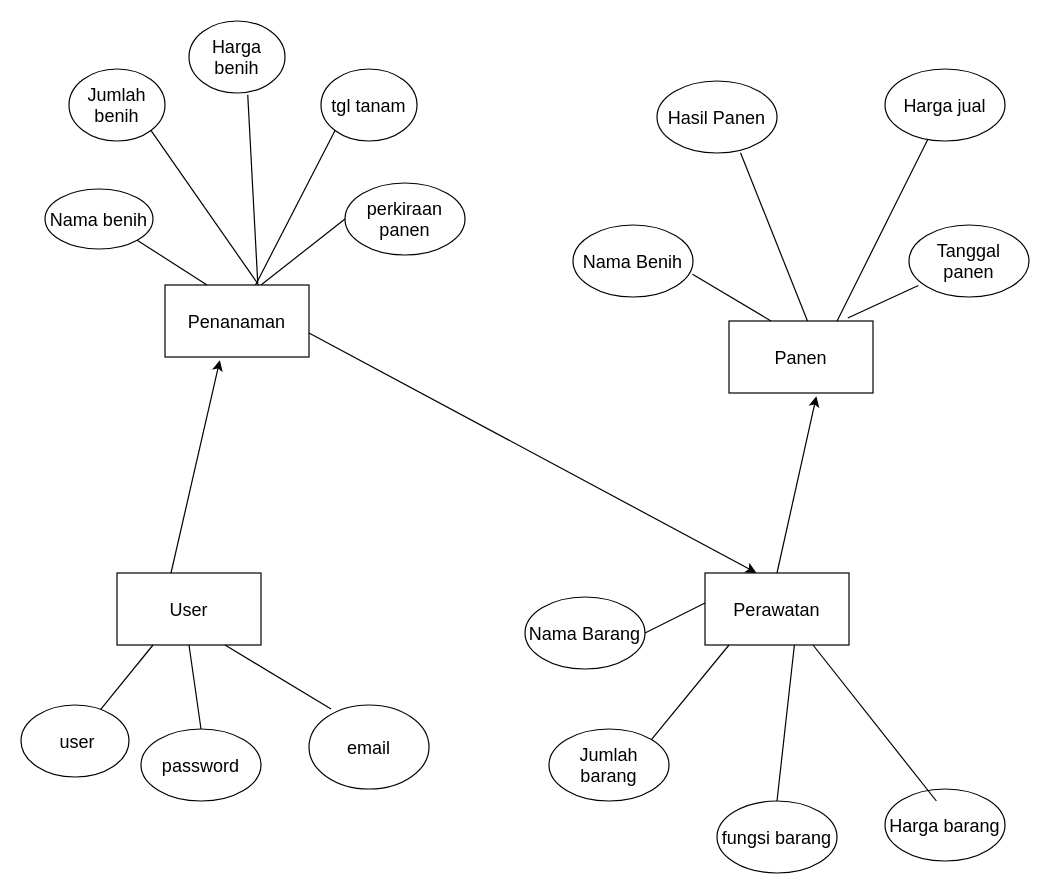
The draw.io diagram pertemuan 2/pertemuan 2.drawio in ramabhagadhara/IF214002, before the edit. Source tidied: cells renumbered, new cells numbered last; positions are measured from the earlier drawing's top-left corner, leaving out a move shared by most shapes. Both pictures are drawn from the tidied source at 120%, with x=0, y=0 at pixel (20, 20).
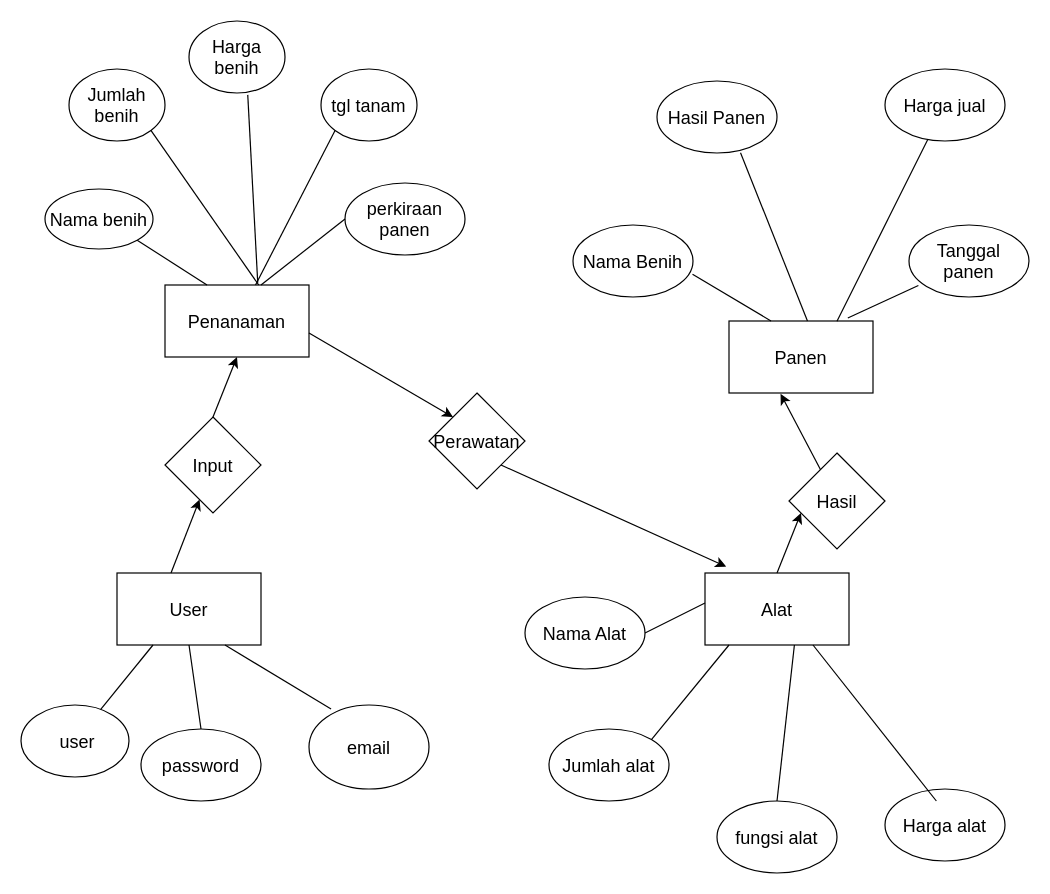
Above is the later version.

The change refers to these unchanged cells:
```xml
<mxCell id="3" value="Penanaman" style="rounded=0;whiteSpace=wrap;html=1;fontSize=15;" parent="1" vertex="1">
  <mxGeometry x="120" y="220" width="120" height="60" as="geometry" />
</mxCell>
<mxCell id="4" value="Panen" style="rounded=0;whiteSpace=wrap;html=1;fontSize=15;" parent="1" vertex="1">
  <mxGeometry x="590" y="250" width="120" height="60" as="geometry" />
</mxCell>
```

The edit, as a diff of the source:
```diff
@@
-    <mxCell id="2" value="Perawatan" style="rounded=0;whiteSpace=wrap;html=1;fontSize=15;" parent="1" vertex="1">
+    <mxCell id="2" value="Alat" style="rounded=0;whiteSpace=wrap;html=1;fontSize=15;" parent="1" vertex="1">
       <mxGeometry x="570" y="460" width="120" height="60" as="geometry" />
     </mxCell>
@@
-    <mxCell id="20" value="fungsi barang" style="ellipse;whiteSpace=wrap;html=1;fontSize=15;" parent="1" vertex="1">
+    <mxCell id="20" value="fungsi alat" style="ellipse;whiteSpace=wrap;html=1;fontSize=15;" parent="1" vertex="1">
       <mxGeometry x="580" y="650" width="100" height="60" as="geometry" />
     </mxCell>
-    <mxCell id="21" value="Nama Barang" style="ellipse;whiteSpace=wrap;html=1;fontSize=15;" parent="1" vertex="1">
+    <mxCell id="21" value="Nama Alat" style="ellipse;whiteSpace=wrap;html=1;fontSize=15;" parent="1" vertex="1">
       <mxGeometry x="420" y="480" width="100" height="60" as="geometry" />
     </mxCell>
-    <mxCell id="22" value="Harga barang" style="ellipse;whiteSpace=wrap;html=1;fontSize=15;" parent="1" vertex="1">
+    <mxCell id="22" value="Harga alat" style="ellipse;whiteSpace=wrap;html=1;fontSize=15;" parent="1" vertex="1">
       <mxGeometry x="720" y="640" width="100" height="60" as="geometry" />
     </mxCell>
-    <mxCell id="23" value="Jumlah barang" style="ellipse;whiteSpace=wrap;html=1;fontSize=15;" parent="1" vertex="1">
+    <mxCell id="23" value="Jumlah alat" style="ellipse;whiteSpace=wrap;html=1;fontSize=15;" parent="1" vertex="1">
       <mxGeometry x="440" y="590" width="100" height="60" as="geometry" />
     </mxCell>
@@
-    <mxCell id="38" style="endArrow=classic;html=1;rounded=0;fontSize=15;entryX=0.381;entryY=1.045;entryDx=0;entryDy=0;entryPerimeter=0;" parent="1" edge="1" target="3">
+    <mxCell id="38" style="endArrow=classic;html=1;rounded=0;fontSize=15;" parent="1" edge="1" target="41">
       <mxGeometry relative="1" as="geometry">
         <mxPoint x="125" y="460" as="sourcePoint" />
       </mxGeometry>
     </mxCell>
-    <mxCell id="39" style="endArrow=classic;html=1;rounded=0;fontSize=15;entryX=0.357;entryY=-0.002;entryDx=0;entryDy=0;entryPerimeter=0;" parent="1" edge="1" target="2">
+    <mxCell id="39" style="endArrow=classic;html=1;rounded=0;fontSize=15;" parent="1" edge="1">
       <mxGeometry relative="1" as="geometry">
         <mxPoint x="240" y="260" as="sourcePoint" />
+        <mxPoint x="360" y="330" as="targetPoint" />
       </mxGeometry>
     </mxCell>
-    <mxCell id="40" style="endArrow=classic;html=1;rounded=0;fontSize=15;entryX=0.607;entryY=1.045;entryDx=0;entryDy=0;entryPerimeter=0;exitX=0.5;exitY=0;exitDx=0;exitDy=0;" parent="1" edge="1" source="2" target="4">
-      <mxGeometry relative="1" as="geometry" />
+    <mxCell id="40" style="endArrow=classic;html=1;rounded=0;fontSize=15;exitX=0.5;exitY=0;exitDx=0;exitDy=0;" parent="1" edge="1" source="2">
+      <mxGeometry relative="1" as="geometry">
+        <mxPoint x="650" y="410" as="targetPoint" />
+      </mxGeometry>
     </mxCell>
+    <mxCell id="41" value="Input" style="rhombus;whiteSpace=wrap;html=1;fontSize=15;" parent="1" vertex="1">
+      <mxGeometry x="120" y="330" width="80" height="80" as="geometry" />
+    </mxCell>
+    <mxCell id="42" style="endArrow=classic;html=1;rounded=0;fontSize=15;entryX=0.5;entryY=1;entryDx=0;entryDy=0;exitX=0.5;exitY=0;exitDx=0;exitDy=0;" parent="1" edge="1" source="41" target="3">
+      <mxGeometry relative="1" as="geometry" />
+    </mxCell>
+    <mxCell id="43" value="Perawatan" style="rhombus;whiteSpace=wrap;html=1;fontSize=15;" parent="1" vertex="1">
+      <mxGeometry x="340" y="310" width="80" height="80" as="geometry" />
+    </mxCell>
+    <mxCell id="44" style="endArrow=classic;html=1;rounded=0;fontSize=15;entryX=0.147;entryY=-0.089;entryDx=0;entryDy=0;entryPerimeter=0;exitX=1;exitY=1;exitDx=0;exitDy=0;" parent="1" edge="1" source="43" target="2">
+      <mxGeometry relative="1" as="geometry" />
+    </mxCell>
+    <mxCell id="45" value="Hasil" style="rhombus;whiteSpace=wrap;html=1;fontSize=15;" parent="1" vertex="1">
+      <mxGeometry x="640" y="360" width="80" height="80" as="geometry" />
+    </mxCell>
+    <mxCell id="46" style="endArrow=classic;html=1;rounded=0;fontSize=15;entryX=0.358;entryY=1.011;entryDx=0;entryDy=0;entryPerimeter=0;" parent="1" edge="1" source="45" target="4">
+      <mxGeometry relative="1" as="geometry" />
+    </mxCell>
```
